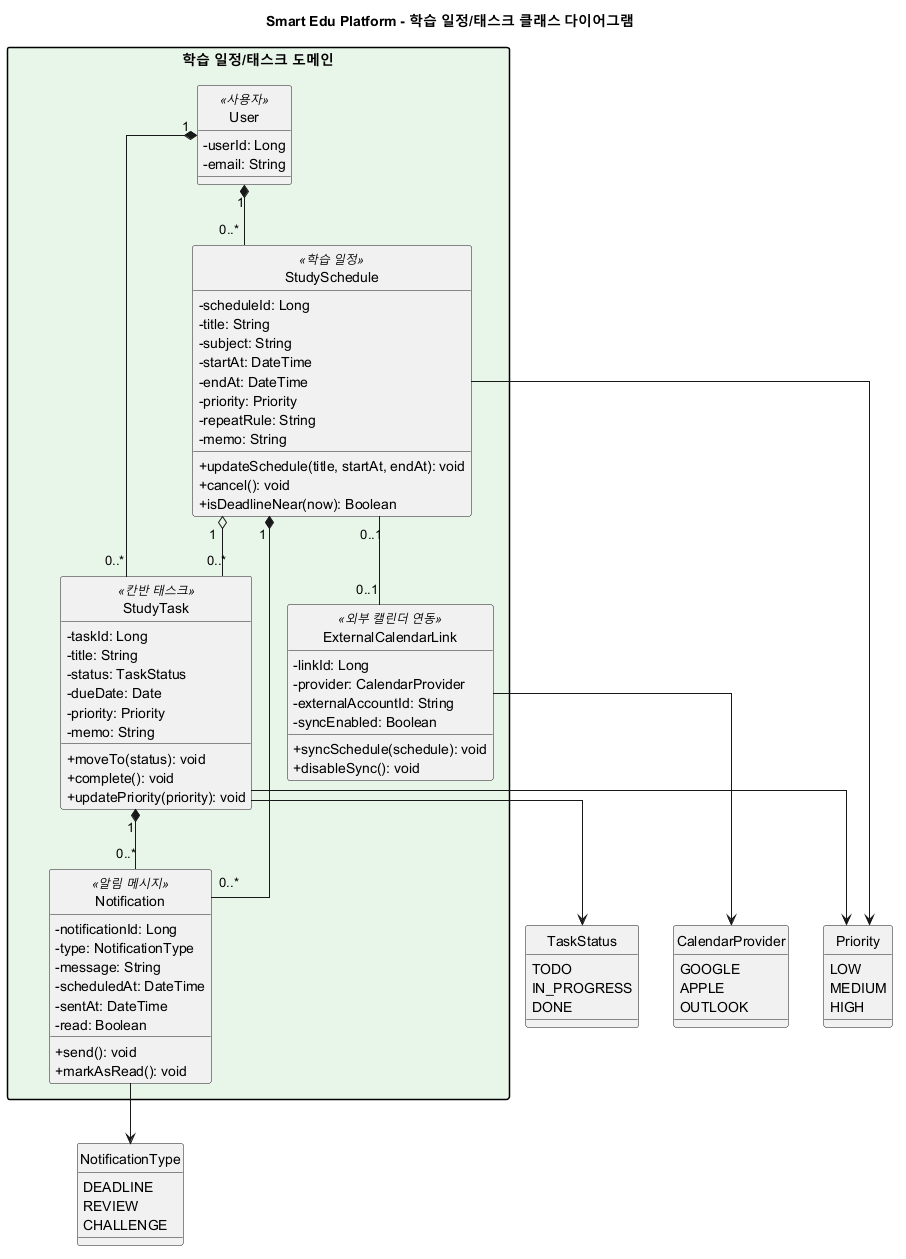
Before: screenshots/class-diagram/class-diagram-schedule-task.png, a diagram exported from PlantUML (jeongiryang/SoftwareEngineering_team15_project_-Smart-Edu-Platform).
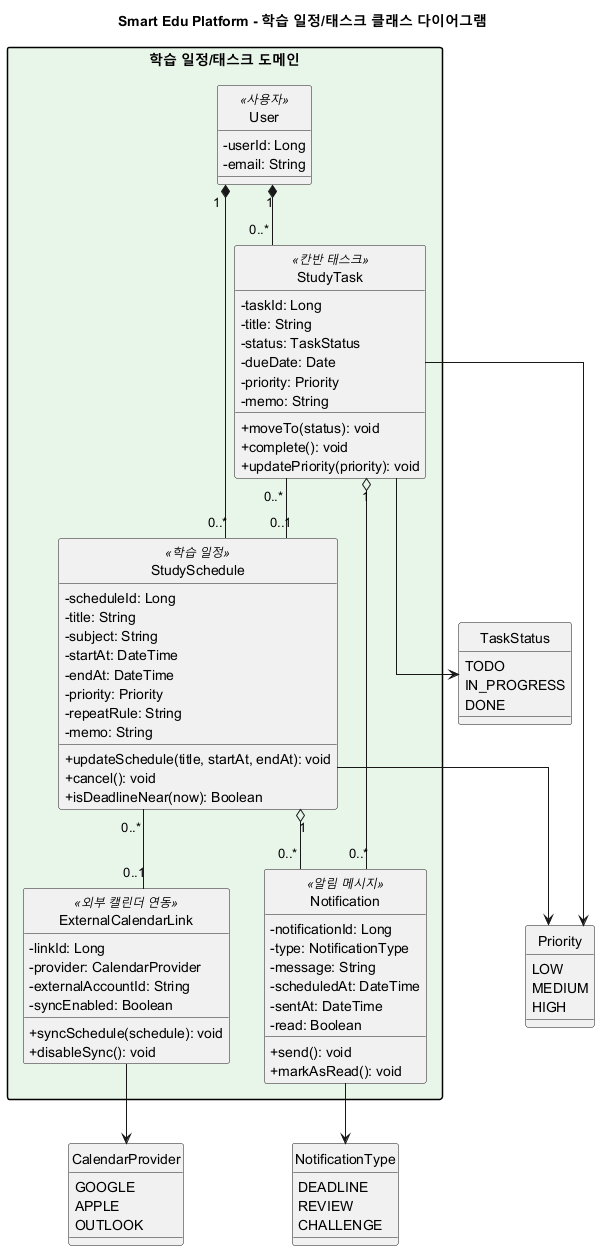
The same file after the commit.

The edit, as a diff of the source:
```diff
@@ -86,10 +86,10 @@
 
 User "1" *-- "0..*" StudySchedule
 User "1" *-- "0..*" StudyTask
-StudySchedule "1" o-- "0..*" StudyTask
-StudySchedule "1" *-- "0..*" Notification
-StudyTask "1" *-- "0..*" Notification
-StudySchedule "0..1" -- "0..1" ExternalCalendarLink
+StudyTask "0..*" -- "0..1" StudySchedule
+StudySchedule "1" o-- "0..*" Notification
+StudyTask "1" o-- "0..*" Notification
+StudySchedule "0..*" -- "0..1" ExternalCalendarLink
 StudyTask --> TaskStatus
 StudySchedule --> Priority
 StudyTask --> Priority
```
